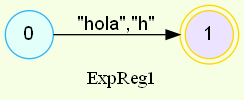
SergieArizandieta/OLC1-P1-202000119 keeps this Graphviz diagram as AFD_202000119/ExpReg1.png. Above is the earlier version. Its source is kept beside it as AFD_202000119/ExpReg1.dot.
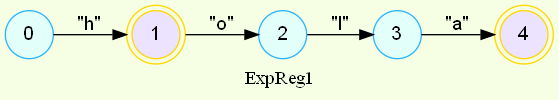
Later version of the same file.

Change to the diagram source:
```diff
@@ -3,8 +3,11 @@
 	node [fontname="Helvetica,Arial,sans-serif" ]
 	edge [fontname="Helvetica,Arial,sans-serif"]
 	rankdir=LR;
-	node [shape = doublecircle, color = gold fillcolor="#EBE3FF" style =filled];1;
+	node [shape = doublecircle, color = gold fillcolor="#EBE3FF" style =filled];1,4;
 	node [shape = circle, color = "#2CB5FF" fillcolor="#E3FFFA" style =filled];
 
-0->1[label = "\"hola\",\"h\""];
+0->1[label = "\"h\""];
+1->2[label = "\"o\""];
+2->3[label = "\"l\""];
+3->4[label = "\"a\""];
 label= ExpReg1}
```
